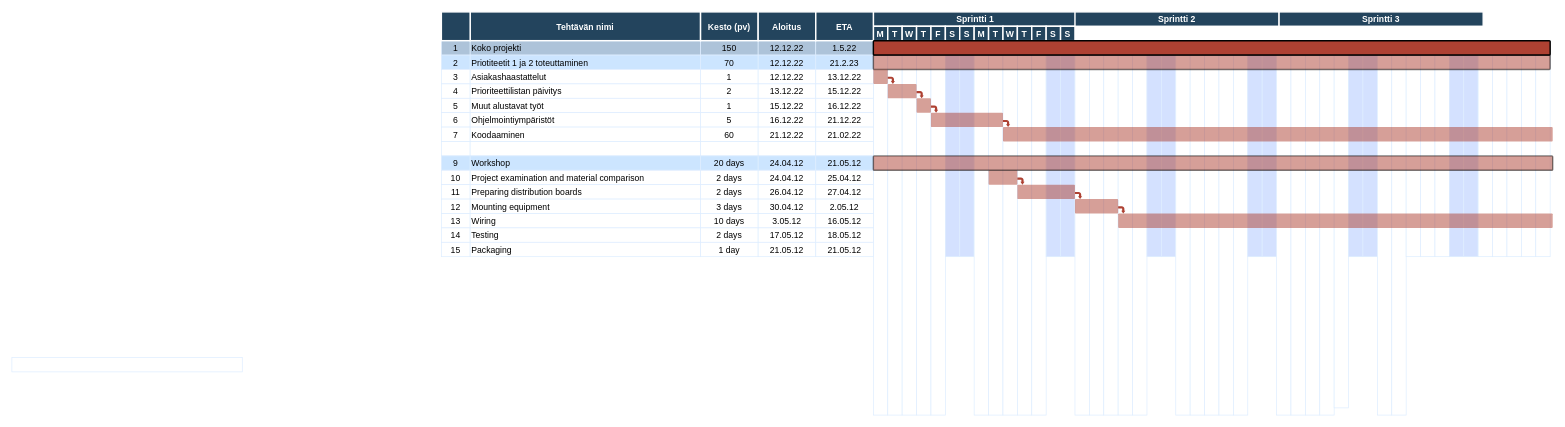
Earlier version of the draw.io diagram UML/SW ENG course/Gantt chart.drawio (DeveloperLauri/UML-charts-draw.io). Source tidied: cells renumbered, new cells numbered last; positions are measured from the earlier drawing's top-left corner, leaving out a move shared by most shapes. Both pictures are drawn from the tidied source at 72%, with x=0, y=0 at pixel (12, 12).
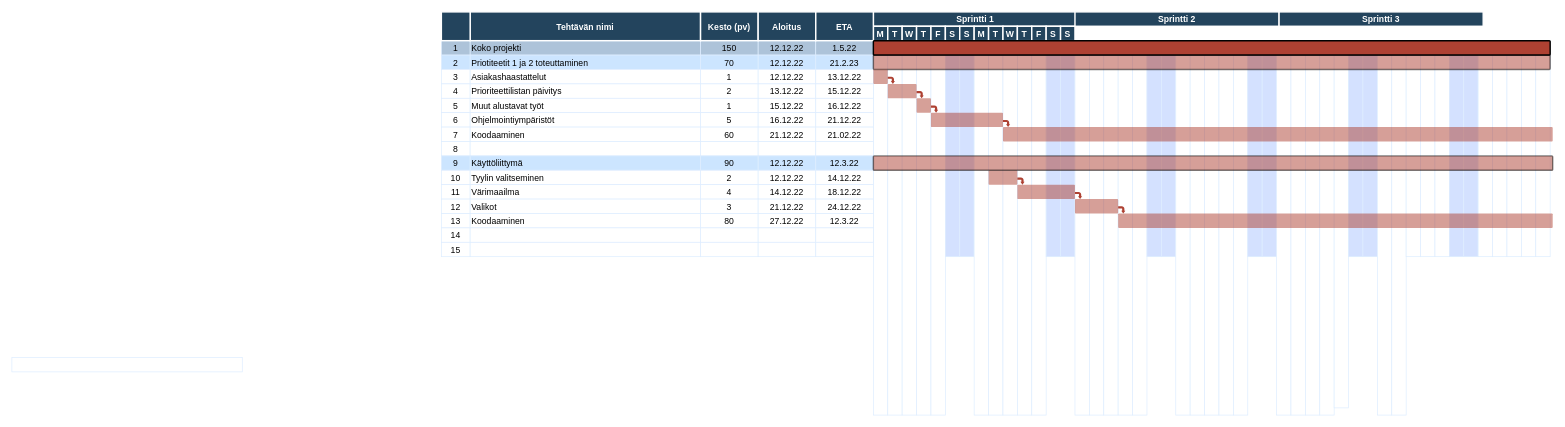
After the change.

Change to the diagram source:
```diff
@@
-    <mxCell id="38" style="strokeColor=#DEEDFF;" parent="1" vertex="1">
+    <mxCell id="38" value="8" style="strokeColor=#DEEDFF;" parent="1" vertex="1">
       <mxGeometry x="596.5" y="180" width="40" height="20" as="geometry" />
     </mxCell>
@@
-    <mxCell id="44" value="Workshop" style="align=left;strokeColor=#DEEDFF;fillColor=#CCE5FF;" parent="1" vertex="1">
+    <mxCell id="44" value="Käyttöliittymä" style="align=left;strokeColor=#DEEDFF;fillColor=#CCE5FF;" parent="1" vertex="1">
       <mxGeometry x="636.5" y="200" width="320" height="20" as="geometry" />
     </mxCell>
-    <mxCell id="45" value="20 days" style="strokeColor=#DEEDFF;fillColor=#CCE5FF;" parent="1" vertex="1">
+    <mxCell id="45" value="90" style="strokeColor=#DEEDFF;fillColor=#CCE5FF;" parent="1" vertex="1">
       <mxGeometry x="956.5" y="200" width="80" height="20" as="geometry" />
     </mxCell>
-    <mxCell id="46" value="24.04.12" style="strokeColor=#DEEDFF;fillColor=#CCE5FF;" parent="1" vertex="1">
+    <mxCell id="46" value="12.12.22" style="strokeColor=#DEEDFF;fillColor=#CCE5FF;" parent="1" vertex="1">
       <mxGeometry x="1036.5" y="200" width="80" height="20" as="geometry" />
     </mxCell>
-    <mxCell id="47" value="21.05.12" style="strokeColor=#DEEDFF;fillColor=#CCE5FF;" parent="1" vertex="1">
+    <mxCell id="47" value="12.3.22" style="strokeColor=#DEEDFF;fillColor=#CCE5FF;" parent="1" vertex="1">
       <mxGeometry x="1116.5" y="200" width="80" height="20" as="geometry" />
     </mxCell>
@@
-    <mxCell id="49" value="Project examination and material comparison" style="align=left;strokeColor=#DEEDFF;" parent="1" vertex="1">
+    <mxCell id="49" value="Tyylin valitseminen" style="align=left;strokeColor=#DEEDFF;" parent="1" vertex="1">
       <mxGeometry x="636.5" y="220" width="320" height="20" as="geometry" />
     </mxCell>
-    <mxCell id="50" value="2 days" style="strokeColor=#DEEDFF;" parent="1" vertex="1">
+    <mxCell id="50" value="2" style="strokeColor=#DEEDFF;" parent="1" vertex="1">
       <mxGeometry x="956.5" y="220" width="80" height="20" as="geometry" />
     </mxCell>
-    <mxCell id="51" value="24.04.12" style="strokeColor=#DEEDFF;" parent="1" vertex="1">
+    <mxCell id="51" value="12.12.22" style="strokeColor=#DEEDFF;" parent="1" vertex="1">
       <mxGeometry x="1036.5" y="220" width="80" height="20" as="geometry" />
     </mxCell>
-    <mxCell id="52" value="25.04.12" style="strokeColor=#DEEDFF;" parent="1" vertex="1">
+    <mxCell id="52" value="14.12.22" style="strokeColor=#DEEDFF;" parent="1" vertex="1">
       <mxGeometry x="1116.5" y="220" width="80" height="20" as="geometry" />
     </mxCell>
@@
-    <mxCell id="54" value="Preparing distribution boards" style="align=left;strokeColor=#DEEDFF;" parent="1" vertex="1">
+    <mxCell id="54" value="Värimaailma" style="align=left;strokeColor=#DEEDFF;" parent="1" vertex="1">
       <mxGeometry x="636.5" y="240" width="320" height="20" as="geometry" />
     </mxCell>
-    <mxCell id="55" value="2 days" style="strokeColor=#DEEDFF;" parent="1" vertex="1">
+    <mxCell id="55" value="4" style="strokeColor=#DEEDFF;" parent="1" vertex="1">
       <mxGeometry x="956.5" y="240" width="80" height="20" as="geometry" />
     </mxCell>
-    <mxCell id="56" value="26.04.12" style="strokeColor=#DEEDFF;" parent="1" vertex="1">
+    <mxCell id="56" value="14.12.22" style="strokeColor=#DEEDFF;" parent="1" vertex="1">
       <mxGeometry x="1036.5" y="240" width="80" height="20" as="geometry" />
     </mxCell>
-    <mxCell id="57" value="27.04.12" style="strokeColor=#DEEDFF;" parent="1" vertex="1">
+    <mxCell id="57" value="18.12.22" style="strokeColor=#DEEDFF;" parent="1" vertex="1">
       <mxGeometry x="1116.5" y="240" width="80" height="20" as="geometry" />
     </mxCell>
@@
-    <mxCell id="59" value="Mounting equipment" style="align=left;strokeColor=#DEEDFF;" parent="1" vertex="1">
+    <mxCell id="59" value="Valikot" style="align=left;strokeColor=#DEEDFF;" parent="1" vertex="1">
       <mxGeometry x="636.5" y="260" width="320" height="20" as="geometry" />
     </mxCell>
-    <mxCell id="60" value="3 days" style="strokeColor=#DEEDFF;" parent="1" vertex="1">
+    <mxCell id="60" value="3" style="strokeColor=#DEEDFF;" parent="1" vertex="1">
       <mxGeometry x="956.5" y="260" width="80" height="20" as="geometry" />
     </mxCell>
-    <mxCell id="61" value="30.04.12" style="strokeColor=#DEEDFF;" parent="1" vertex="1">
+    <mxCell id="61" value="21.12.22" style="strokeColor=#DEEDFF;" parent="1" vertex="1">
       <mxGeometry x="1036.5" y="260" width="80" height="20" as="geometry" />
     </mxCell>
-    <mxCell id="62" value="2.05.12" style="strokeColor=#DEEDFF;" parent="1" vertex="1">
+    <mxCell id="62" value="24.12.22" style="strokeColor=#DEEDFF;" parent="1" vertex="1">
       <mxGeometry x="1116.5" y="260" width="80" height="20" as="geometry" />
     </mxCell>
@@
-    <mxCell id="64" value="Wiring" style="align=left;strokeColor=#DEEDFF;" parent="1" vertex="1">
+    <mxCell id="64" value="Koodaaminen" style="align=left;strokeColor=#DEEDFF;" parent="1" vertex="1">
       <mxGeometry x="636.5" y="280" width="320" height="20" as="geometry" />
     </mxCell>
-    <mxCell id="65" value="10 days" style="strokeColor=#DEEDFF;" parent="1" vertex="1">
+    <mxCell id="65" value="80" style="strokeColor=#DEEDFF;" parent="1" vertex="1">
       <mxGeometry x="956.5" y="280" width="80" height="20" as="geometry" />
     </mxCell>
-    <mxCell id="66" value="3.05.12" style="strokeColor=#DEEDFF;" parent="1" vertex="1">
+    <mxCell id="66" value="27.12.22" style="strokeColor=#DEEDFF;" parent="1" vertex="1">
       <mxGeometry x="1036.5" y="280" width="80" height="20" as="geometry" />
     </mxCell>
-    <mxCell id="67" value="16.05.12" style="strokeColor=#DEEDFF;" parent="1" vertex="1">
+    <mxCell id="67" value="12.3.22" style="strokeColor=#DEEDFF;" parent="1" vertex="1">
       <mxGeometry x="1116.5" y="280" width="80" height="20" as="geometry" />
     </mxCell>
@@
-    <mxCell id="69" value="Testing" style="align=left;strokeColor=#DEEDFF;" parent="1" vertex="1">
+    <mxCell id="69" style="align=left;strokeColor=#DEEDFF;" parent="1" vertex="1">
       <mxGeometry x="636.5" y="300" width="320" height="20" as="geometry" />
     </mxCell>
-    <mxCell id="70" value="2 days" style="strokeColor=#DEEDFF;" parent="1" vertex="1">
+    <mxCell id="70" style="strokeColor=#DEEDFF;" parent="1" vertex="1">
       <mxGeometry x="956.5" y="300" width="80" height="20" as="geometry" />
     </mxCell>
-    <mxCell id="71" value="17.05.12" style="strokeColor=#DEEDFF;" parent="1" vertex="1">
+    <mxCell id="71" style="strokeColor=#DEEDFF;" parent="1" vertex="1">
       <mxGeometry x="1036.5" y="300" width="80" height="20" as="geometry" />
     </mxCell>
-    <mxCell id="72" value="18.05.12" style="strokeColor=#DEEDFF;" parent="1" vertex="1">
+    <mxCell id="72" style="strokeColor=#DEEDFF;" parent="1" vertex="1">
       <mxGeometry x="1116.5" y="300" width="80" height="20" as="geometry" />
     </mxCell>
@@
-    <mxCell id="74" value="Packaging" style="align=left;strokeColor=#DEEDFF;fillColor=#FFFFFF;" parent="1" vertex="1">
+    <mxCell id="74" style="align=left;strokeColor=#DEEDFF;fillColor=#FFFFFF;" parent="1" vertex="1">
       <mxGeometry x="636.5" y="320" width="320" height="20" as="geometry" />
     </mxCell>
-    <mxCell id="75" value="1 day" style="strokeColor=#DEEDFF;fillColor=#FFFFFF;" parent="1" vertex="1">
+    <mxCell id="75" style="strokeColor=#DEEDFF;fillColor=#FFFFFF;" parent="1" vertex="1">
       <mxGeometry x="956.5" y="320" width="80" height="20" as="geometry" />
     </mxCell>
-    <mxCell id="76" value="21.05.12" style="strokeColor=#DEEDFF;fillColor=#FFFFFF;" parent="1" vertex="1">
+    <mxCell id="76" style="strokeColor=#DEEDFF;fillColor=#FFFFFF;" parent="1" vertex="1">
       <mxGeometry x="1036.5" y="320" width="80" height="20" as="geometry" />
     </mxCell>
-    <mxCell id="77" value="21.05.12" style="strokeColor=#DEEDFF;fillColor=#FFFFFF;" parent="1" vertex="1">
+    <mxCell id="77" style="strokeColor=#DEEDFF;fillColor=#FFFFFF;" parent="1" vertex="1">
       <mxGeometry x="1116.5" y="320" width="80" height="20" as="geometry" />
     </mxCell>
```
